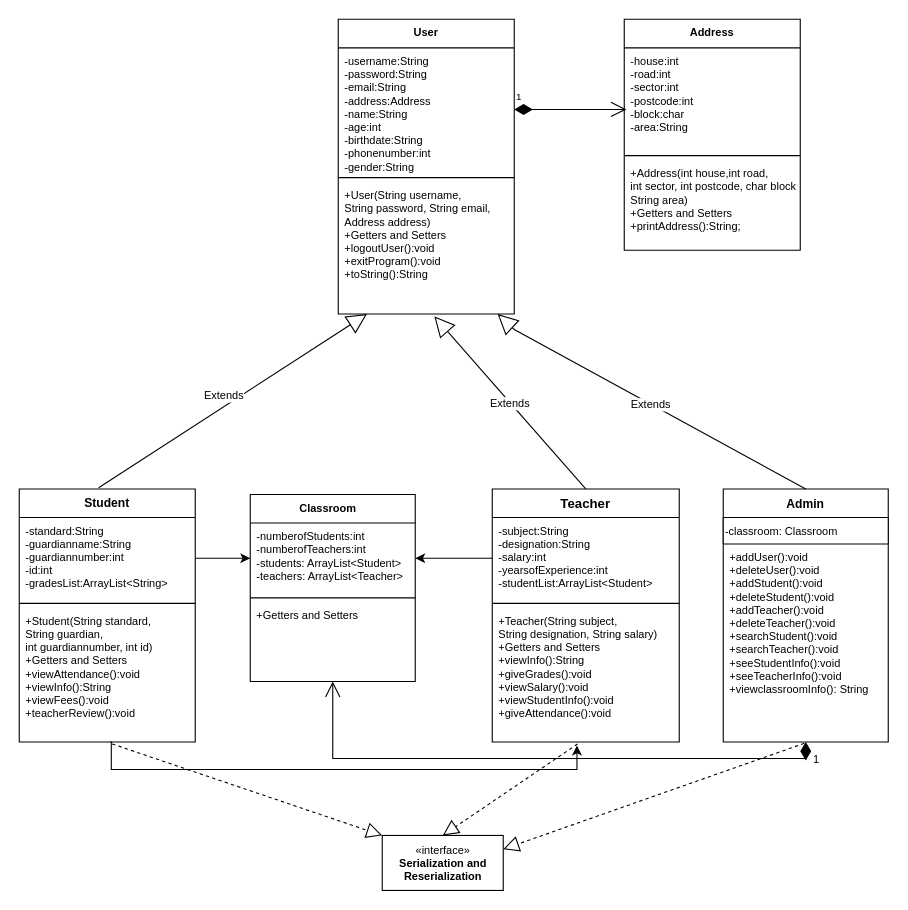
Earlier version of the draw.io diagram Project Design/UML Class Diagram Code.drawio (akifzahin/Java-School-Management-System). Source tidied: cells renumbered, new cells numbered last; positions are measured from the earlier drawing's top-left corner, leaving out a move shared by most shapes. Both pictures are drawn from the tidied source at 110%, with x=0, y=0 at pixel (19, 19).
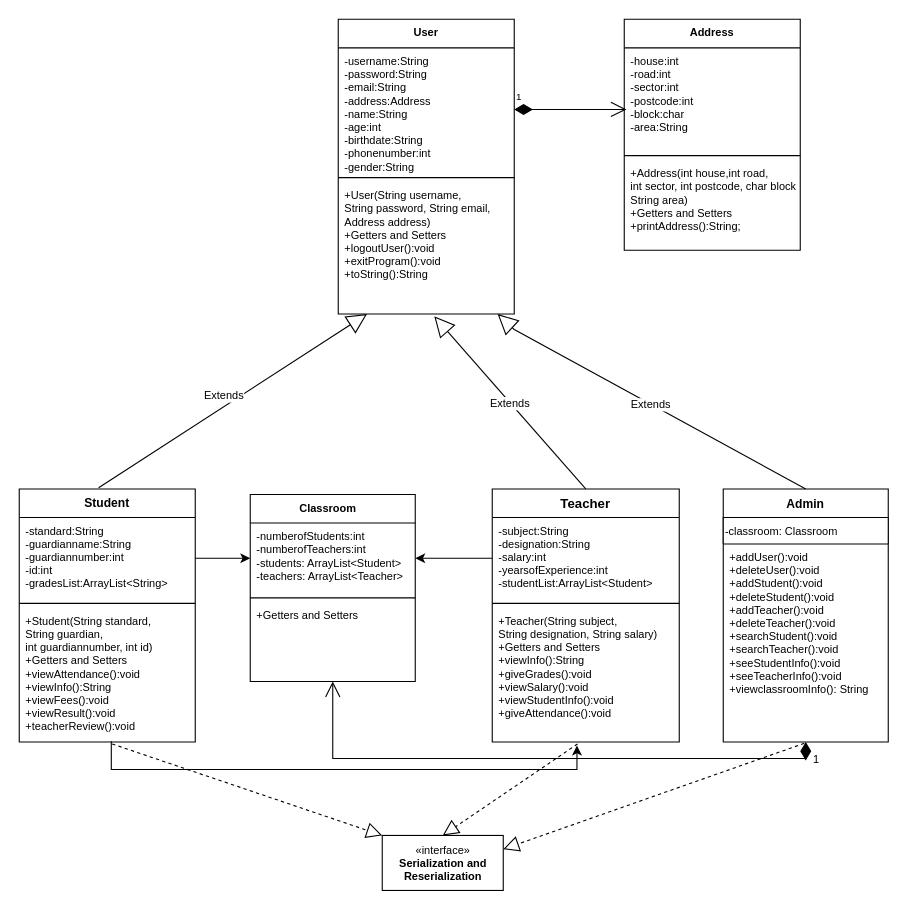
Above is the later version.

Unchanged cells that the change refers to:
```xml
<mxCell id="10" value="Student" style="swimlane;fontStyle=1;align=center;verticalAlign=top;horizontal=1;startSize=26;fontSize=11;" parent="1" vertex="1">
  <mxGeometry y="427" width="160" height="230" as="geometry" />
</mxCell>
```

The edit, as a diff of the source:
```diff
@@
-    <mxCell id="13" value="+Student(String standard,&#10;String guardian,&#10;int guardiannumber, int id)&#10;+Getters and Setters&#10;+viewAttendance():void&#10;+viewInfo():String&#10;+viewFees():void&#10;+teacherReview():void&#10;&#10;&#10;" style="text;strokeColor=none;fillColor=none;align=left;verticalAlign=top;spacingLeft=4;spacingRight=4;overflow=hidden;points=[[0,0.5],[1,0.5]];portConstraint=eastwest;fontSize=10;" parent="10" vertex="1">
+    <mxCell id="13" value="+Student(String standard,&#10;String guardian,&#10;int guardiannumber, int id)&#10;+Getters and Setters&#10;+viewAttendance():void&#10;+viewInfo():String&#10;+viewFees():void&#10;+viewResult():void&#10;+teacherReview():void&#10;&#10;&#10;" style="text;strokeColor=none;fillColor=none;align=left;verticalAlign=top;spacingLeft=4;spacingRight=4;overflow=hidden;points=[[0,0.5],[1,0.5]];portConstraint=eastwest;fontSize=10;" parent="10" vertex="1">
       <mxGeometry y="108" width="160" height="122" as="geometry" />
     </mxCell>
```
